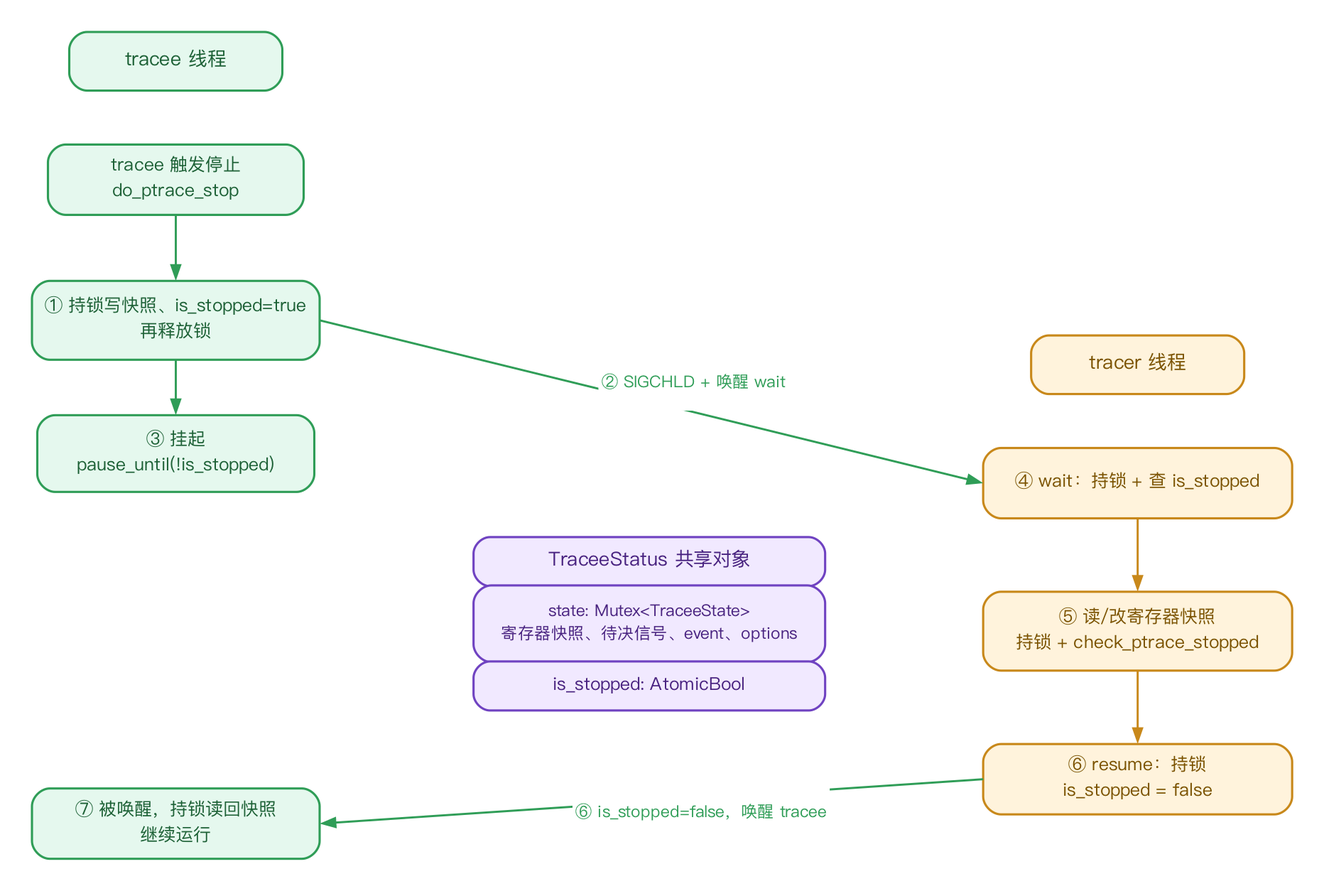
This is research_practice/assets/04b_sync.png from vvvvsv/asterinas, a Graphviz export, as it was before one commit. Its source is kept beside it as research_practice/assets/04b_sync.dot. Source of this version:
```dot
digraph G {
  graph [fontname="PingFang SC", bgcolor="white", pad="0.3", splines=true];
  node [fontname="PingFang SC", shape=box, style="rounded,filled", penwidth=1.5, margin="0.16,0.10", fontsize=12];
  edge [fontname="PingFang SC", color="#5b6b7d", penwidth=1.4, arrowsize=0.85, fontsize=11];
  t_title [label="tracee 线程", fillcolor="#E5F8EE", color="#2F9D57", fontcolor="#1c6035", shape=box, style="rounded,filled,bold", fixedsize=true, width="2.0", height="0.55", fontsize="13", pos="150,600"];
  t1 [label="tracee 触发停止\ndo_ptrace_stop", fillcolor="#E5F8EE", color="#2F9D57", fontcolor="#1c6035", shape=box, style="rounded,filled", fixedsize=true, width="2.4", height="0.66", fontsize="12", pos="150,520"];
  t2 [label="① 持锁写快照、is_stopped=true\n再释放锁", fillcolor="#E5F8EE", color="#2F9D57", fontcolor="#1c6035", shape=box, style="rounded,filled", fixedsize=true, width="2.7", height="0.74", fontsize="12", pos="150,425"];
  t3 [label="③ 挂起\npause_until(!is_stopped)", fillcolor="#E5F8EE", color="#2F9D57", fontcolor="#1c6035", shape=box, style="rounded,filled", fixedsize=true, width="2.6", height="0.72", fontsize="12", pos="150,335"];
  r_title [label="tracer 线程", fillcolor="#FFF3DC", color="#C8881A", fontcolor="#7a5200", shape=box, style="rounded,filled,bold", fixedsize=true, width="2.0", height="0.55", fontsize="13", pos="800,395"];
  r4 [label="④ wait：持锁 + 查 is_stopped", fillcolor="#FFF3DC", color="#C8881A", fontcolor="#7a5200", shape=box, style="rounded,filled", fixedsize=true, width="2.9", height="0.66", fontsize="12", pos="800,315"];
  r5 [label="⑤ 读/改寄存器快照\n持锁 + check_ptrace_stopped", fillcolor="#FFF3DC", color="#C8881A", fontcolor="#7a5200", shape=box, style="rounded,filled", fixedsize=true, width="2.9", height="0.74", fontsize="12", pos="800,215"];
  r6 [label="⑥ resume：持锁\nis_stopped = false", fillcolor="#FFF3DC", color="#C8881A", fontcolor="#7a5200", shape=box, style="rounded,filled", fixedsize=true, width="2.9", height="0.66", fontsize="12", pos="800,115"];
  t7 [label="⑦ 被唤醒，持锁读回快照\n继续运行", fillcolor="#E5F8EE", color="#2F9D57", fontcolor="#1c6035", shape=box, style="rounded,filled", fixedsize=true, width="2.7", height="0.66", fontsize="12", pos="150,85"];
  c_title [label="TraceeStatus 共享对象", fillcolor="#F1E9FF", color="#6F42C1", fontcolor="#48227f", shape=box, style="rounded,filled,bold", fixedsize=true, width="3.3", height="0.46", fontsize="13", pos="470,262"];
  c_mtx [label="state: Mutex<TraceeState>\n寄存器快照、待决信号、event、options", fillcolor="#F1E9FF", color="#6F42C1", fontcolor="#48227f", shape=box, style="rounded,filled", fixedsize=true, width="3.3", height="0.72", fontsize="11", pos="470,220"];
  c_atom [label="is_stopped: AtomicBool", fillcolor="#F1E9FF", color="#6F42C1", fontcolor="#48227f", shape=box, style="rounded,filled", fixedsize=true, width="3.3", height="0.46", fontsize="12", pos="470,178"];
  t1:s -> t2:n [color="#2F9D57"];
  t2:s -> t3:n [color="#2F9D57"];
  r4:s -> r5:n [color="#C8881A"];
  r5:s -> r6:n [color="#C8881A"];
  t2:e -> r4:w [color="#2F9D57"];
  r6:w -> t7:e [color="#2F9D57"];
  L_sigchld [shape=box, style="filled", fillcolor="white", color="white", penwidth=0, margin="0.03,0.01", fontsize=11, fontcolor="#2F9D57", pos="500,382", label="② SIGCHLD + 唤醒 wait"];
  L_wake [shape=box, style="filled", fillcolor="white", color="white", penwidth=0, margin="0.03,0.01", fontsize=11, fontcolor="#2F9D57", pos="505,92", label="⑥ is_stopped=false，唤醒 tracee"];
}
```
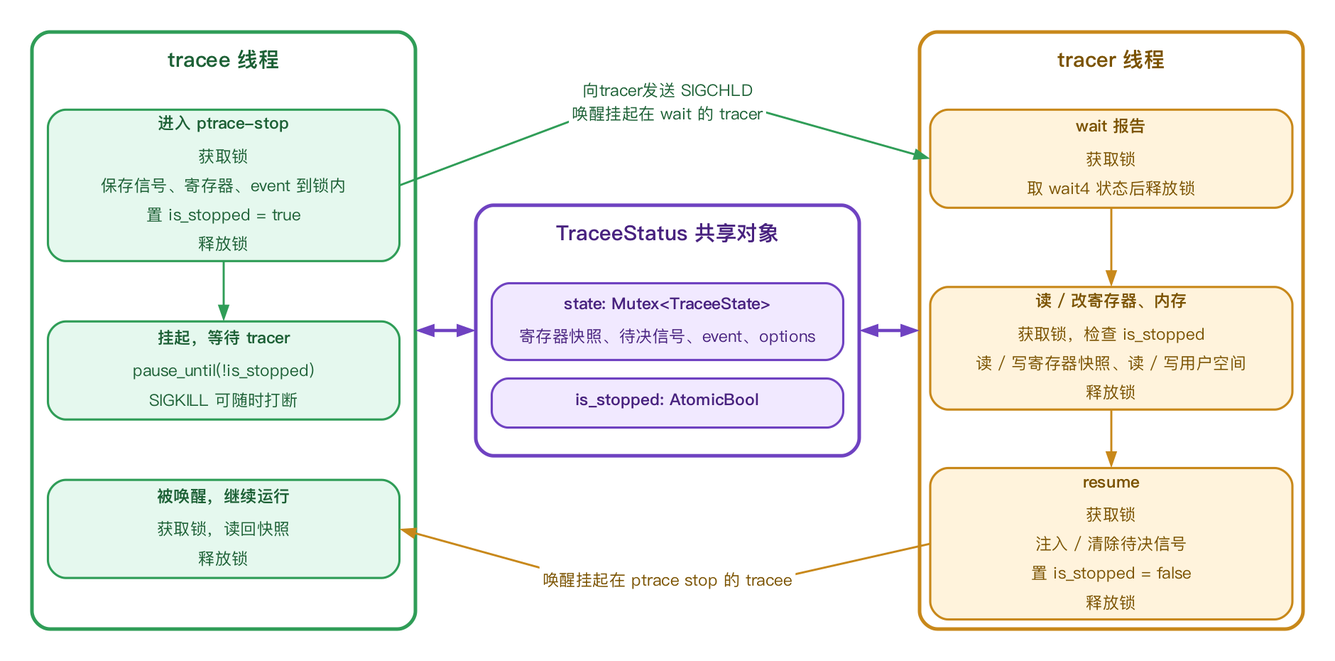
After the commit.

Diff of the diagram source:
```diff
@@ -2,24 +2,32 @@
   graph [fontname="PingFang SC", bgcolor="white", pad="0.3", splines=true];
   node [fontname="PingFang SC", shape=box, style="rounded,filled", penwidth=1.5, margin="0.16,0.10", fontsize=12];
   edge [fontname="PingFang SC", color="#5b6b7d", penwidth=1.4, arrowsize=0.85, fontsize=11];
-  t_title [label="tracee 线程", fillcolor="#E5F8EE", color="#2F9D57", fontcolor="#1c6035", shape=box, style="rounded,filled,bold", fixedsize=true, width="2.0", height="0.55", fontsize="13", pos="150,600"];
-  t1 [label="tracee 触发停止\ndo_ptrace_stop", fillcolor="#E5F8EE", color="#2F9D57", fontcolor="#1c6035", shape=box, style="rounded,filled", fixedsize=true, width="2.4", height="0.66", fontsize="12", pos="150,520"];
-  t2 [label="① 持锁写快照、is_stopped=true\n再释放锁", fillcolor="#E5F8EE", color="#2F9D57", fontcolor="#1c6035", shape=box, style="rounded,filled", fixedsize=true, width="2.7", height="0.74", fontsize="12", pos="150,425"];
-  t3 [label="③ 挂起\npause_until(!is_stopped)", fillcolor="#E5F8EE", color="#2F9D57", fontcolor="#1c6035", shape=box, style="rounded,filled", fixedsize=true, width="2.6", height="0.72", fontsize="12", pos="150,335"];
-  r_title [label="tracer 线程", fillcolor="#FFF3DC", color="#C8881A", fontcolor="#7a5200", shape=box, style="rounded,filled,bold", fixedsize=true, width="2.0", height="0.55", fontsize="13", pos="800,395"];
-  r4 [label="④ wait：持锁 + 查 is_stopped", fillcolor="#FFF3DC", color="#C8881A", fontcolor="#7a5200", shape=box, style="rounded,filled", fixedsize=true, width="2.9", height="0.66", fontsize="12", pos="800,315"];
-  r5 [label="⑤ 读/改寄存器快照\n持锁 + check_ptrace_stopped", fillcolor="#FFF3DC", color="#C8881A", fontcolor="#7a5200", shape=box, style="rounded,filled", fixedsize=true, width="2.9", height="0.74", fontsize="12", pos="800,215"];
-  r6 [label="⑥ resume：持锁\nis_stopped = false", fillcolor="#FFF3DC", color="#C8881A", fontcolor="#7a5200", shape=box, style="rounded,filled", fixedsize=true, width="2.9", height="0.66", fontsize="12", pos="800,115"];
-  t7 [label="⑦ 被唤醒，持锁读回快照\n继续运行", fillcolor="#E5F8EE", color="#2F9D57", fontcolor="#1c6035", shape=box, style="rounded,filled", fixedsize=true, width="2.7", height="0.66", fontsize="12", pos="150,85"];
-  c_title [label="TraceeStatus 共享对象", fillcolor="#F1E9FF", color="#6F42C1", fontcolor="#48227f", shape=box, style="rounded,filled,bold", fixedsize=true, width="3.3", height="0.46", fontsize="13", pos="470,262"];
-  c_mtx [label="state: Mutex<TraceeState>\n寄存器快照、待决信号、event、options", fillcolor="#F1E9FF", color="#6F42C1", fontcolor="#48227f", shape=box, style="rounded,filled", fixedsize=true, width="3.3", height="0.72", fontsize="11", pos="470,220"];
-  c_atom [label="is_stopped: AtomicBool", fillcolor="#F1E9FF", color="#6F42C1", fontcolor="#48227f", shape=box, style="rounded,filled", fixedsize=true, width="3.3", height="0.46", fontsize="12", pos="470,178"];
-  t1:s -> t2:n [color="#2F9D57"];
-  t2:s -> t3:n [color="#2F9D57"];
-  r4:s -> r5:n [color="#C8881A"];
-  r5:s -> r6:n [color="#C8881A"];
-  t2:e -> r4:w [color="#2F9D57"];
-  r6:w -> t7:e [color="#2F9D57"];
-  L_sigchld [shape=box, style="filled", fillcolor="white", color="white", penwidth=0, margin="0.03,0.01", fontsize=11, fontcolor="#2F9D57", pos="500,382", label="② SIGCHLD + 唤醒 wait"];
-  L_wake [shape=box, style="filled", fillcolor="white", color="white", penwidth=0, margin="0.03,0.01", fontsize=11, fontcolor="#2F9D57", pos="505,92", label="⑥ is_stopped=false，唤醒 tracee"];
+  tracee_grp [label="", fillcolor="white", color="#2F9D57", shape=box, style="rounded,filled", penwidth=2.4, fixedsize=true, width="3.6", height="5.6", pos="200,372"];
+  center_grp [label="", fillcolor="white", color="#6F42C1", shape=box, style="rounded,filled", penwidth=2.4, fixedsize=true, width="3.6", height="2.35", pos="500,372"];
+  tracer_grp [label="", fillcolor="white", color="#C8881A", shape=box, style="rounded,filled", penwidth=2.4, fixedsize=true, width="3.6", height="5.6", pos="800,372"];
+  tracee_t [shape=plaintext, style="filled", fillcolor="white", fontname="PingFang SC", fontcolor="#1c6035", fontsize="14", label=<<B>tracee 线程</B>>, pos="200,552"];
+  center_t [shape=plaintext, style="filled", fillcolor="white", fontname="PingFang SC", fontcolor="#48227f", fontsize="14", label=<<B>TraceeStatus 共享对象</B>>, pos="500,435"];
+  tracer_t [shape=plaintext, style="filled", fillcolor="white", fontname="PingFang SC", fontcolor="#7a5200", fontsize="14", label=<<B>tracer 线程</B>>, pos="800,552"];
+  t_stop [label=<<TABLE BORDER="0" CELLBORDER="0" CELLSPACING="0" CELLPADDING="2"><TR><TD ALIGN="CENTER"><FONT POINT-SIZE="11"><B>进入 ptrace-stop</B></FONT></TD></TR><TR><TD ALIGN="CENTER"><FONT POINT-SIZE="11">获取锁</FONT></TD></TR><TR><TD ALIGN="CENTER"><FONT POINT-SIZE="11">保存信号、寄存器、event 到锁内</FONT></TD></TR><TR><TD ALIGN="CENTER"><FONT POINT-SIZE="11">置 is_stopped = true</FONT></TD></TR><TR><TD ALIGN="CENTER"><FONT POINT-SIZE="11">释放锁</FONT></TD></TR></TABLE>>, fillcolor="#E5F8EE", color="#2F9D57", fontcolor="#1c6035", fontname="PingFang SC", shape=box, style="rounded,filled", penwidth=1.5, fixedsize=true, width="3.3", height="1.42", pos="200,470"];
+  t_park [label=<<TABLE BORDER="0" CELLBORDER="0" CELLSPACING="0" CELLPADDING="2"><TR><TD ALIGN="CENTER"><FONT POINT-SIZE="11"><B>挂起，等待 tracer</B></FONT></TD></TR><TR><TD ALIGN="CENTER"><FONT POINT-SIZE="11">pause_until(!is_stopped)</FONT></TD></TR><TR><TD ALIGN="CENTER"><FONT POINT-SIZE="11">SIGKILL 可随时打断</FONT></TD></TR></TABLE>>, fillcolor="#E5F8EE", color="#2F9D57", fontcolor="#1c6035", fontname="PingFang SC", shape=box, style="rounded,filled", penwidth=1.5, fixedsize=true, width="3.3", height="0.92", pos="200,345"];
+  t_wake [label=<<TABLE BORDER="0" CELLBORDER="0" CELLSPACING="0" CELLPADDING="2"><TR><TD ALIGN="CENTER"><FONT POINT-SIZE="11"><B>被唤醒，继续运行</B></FONT></TD></TR><TR><TD ALIGN="CENTER"><FONT POINT-SIZE="11">获取锁，读回快照</FONT></TD></TR><TR><TD ALIGN="CENTER"><FONT POINT-SIZE="11">释放锁</FONT></TD></TR></TABLE>>, fillcolor="#E5F8EE", color="#2F9D57", fontcolor="#1c6035", fontname="PingFang SC", shape=box, style="rounded,filled", penwidth=1.5, fixedsize=true, width="3.3", height="0.92", pos="200,238"];
+  r_wait [label=<<TABLE BORDER="0" CELLBORDER="0" CELLSPACING="0" CELLPADDING="2"><TR><TD ALIGN="CENTER"><FONT POINT-SIZE="11"><B>wait 报告</B></FONT></TD></TR><TR><TD ALIGN="CENTER"><FONT POINT-SIZE="11">获取锁</FONT></TD></TR><TR><TD ALIGN="CENTER"><FONT POINT-SIZE="11">取 wait4 状态后释放锁</FONT></TD></TR></TABLE>>, fillcolor="#FFF3DC", color="#C8881A", fontcolor="#7a5200", fontname="PingFang SC", shape=box, style="rounded,filled", penwidth=1.5, fixedsize=true, width="3.4", height="0.92", pos="800,488"];
+  r_inspect [label=<<TABLE BORDER="0" CELLBORDER="0" CELLSPACING="0" CELLPADDING="2"><TR><TD ALIGN="CENTER"><FONT POINT-SIZE="11"><B>读 / 改寄存器、内存</B></FONT></TD></TR><TR><TD ALIGN="CENTER"><FONT POINT-SIZE="11">获取锁，检查 is_stopped</FONT></TD></TR><TR><TD ALIGN="CENTER"><FONT POINT-SIZE="11">读 / 写寄存器快照、读 / 写用户空间</FONT></TD></TR><TR><TD ALIGN="CENTER"><FONT POINT-SIZE="11">释放锁</FONT></TD></TR></TABLE>>, fillcolor="#FFF3DC", color="#C8881A", fontcolor="#7a5200", fontname="PingFang SC", shape=box, style="rounded,filled", penwidth=1.5, fixedsize=true, width="3.4", height="1.15", pos="800,360"];
+  r_resume [label=<<TABLE BORDER="0" CELLBORDER="0" CELLSPACING="0" CELLPADDING="2"><TR><TD ALIGN="CENTER"><FONT POINT-SIZE="11"><B>resume</B></FONT></TD></TR><TR><TD ALIGN="CENTER"><FONT POINT-SIZE="11">获取锁</FONT></TD></TR><TR><TD ALIGN="CENTER"><FONT POINT-SIZE="11">注入 / 清除待决信号</FONT></TD></TR><TR><TD ALIGN="CENTER"><FONT POINT-SIZE="11">置 is_stopped = false</FONT></TD></TR><TR><TD ALIGN="CENTER"><FONT POINT-SIZE="11">释放锁</FONT></TD></TR></TABLE>>, fillcolor="#FFF3DC", color="#C8881A", fontcolor="#7a5200", fontname="PingFang SC", shape=box, style="rounded,filled", penwidth=1.5, fixedsize=true, width="3.4", height="1.42", pos="800,228"];
+  c_mtx [label=<<TABLE BORDER="0" CELLBORDER="0" CELLSPACING="0" CELLPADDING="2"><TR><TD ALIGN="CENTER"><FONT POINT-SIZE="11"><B>state: Mutex&lt;TraceeState&gt;</B></FONT></TD></TR><TR><TD ALIGN="CENTER"><FONT POINT-SIZE="11">寄存器快照、待决信号、event、options</FONT></TD></TR></TABLE>>, fillcolor="#F1E9FF", color="#6F42C1", fontcolor="#48227f", fontname="PingFang SC", shape=box, style="rounded,filled", penwidth=1.5, fixedsize=true, width="3.3", height="0.72", pos="500,378"];
+  c_atom [label=<<TABLE BORDER="0" CELLBORDER="0" CELLSPACING="0" CELLPADDING="2"><TR><TD ALIGN="CENTER"><FONT POINT-SIZE="11"><B>is_stopped: AtomicBool</B></FONT></TD></TR></TABLE>>, fillcolor="#F1E9FF", color="#6F42C1", fontcolor="#48227f", fontname="PingFang SC", shape=box, style="rounded,filled", penwidth=1.5, fixedsize=true, width="3.3", height="0.46", pos="500,323"];
+  t_stop:s -> t_park:n [color="#2F9D57"];
+  r_wait:s -> r_inspect:n [color="#C8881A"];
+  r_inspect:s -> r_resume:n [color="#C8881A"];
+  tracee_grp:e -> center_grp:w [dir=both, color="#6F42C1", penwidth=2.2];
+  tracer_grp:w -> center_grp:e [dir=both, color="#6F42C1", penwidth=2.2];
+  wsig [shape=point, width=0.01, style=invis, pos="500,538"];
+  t_stop:e -> wsig [color="#2F9D57", arrowhead=none];
+  wsig -> r_wait:w [color="#2F9D57"];
+  L_sig [shape=box, style="filled", fillcolor="white", color="white", penwidth=0, margin="0.03,0.01", fontsize=11, fontcolor="#1c6035", pos="500,525", label="向tracer发送 SIGCHLD
+唤醒挂起在 wait 的 tracer"];
+  wwake [shape=point, width=0.01, style=invis, pos="500,188"];
+  r_resume:w -> wwake [color="#C8881A", arrowhead=none];
+  wwake -> t_wake:e [color="#C8881A"];
+  L_wk [shape=box, style="filled", fillcolor="white", color="white", penwidth=0, margin="0.03,0.01", fontsize=11, fontcolor="#7a5200", pos="500,202", label="唤醒挂起在 ptrace stop 的 tracee"];
 }
```
